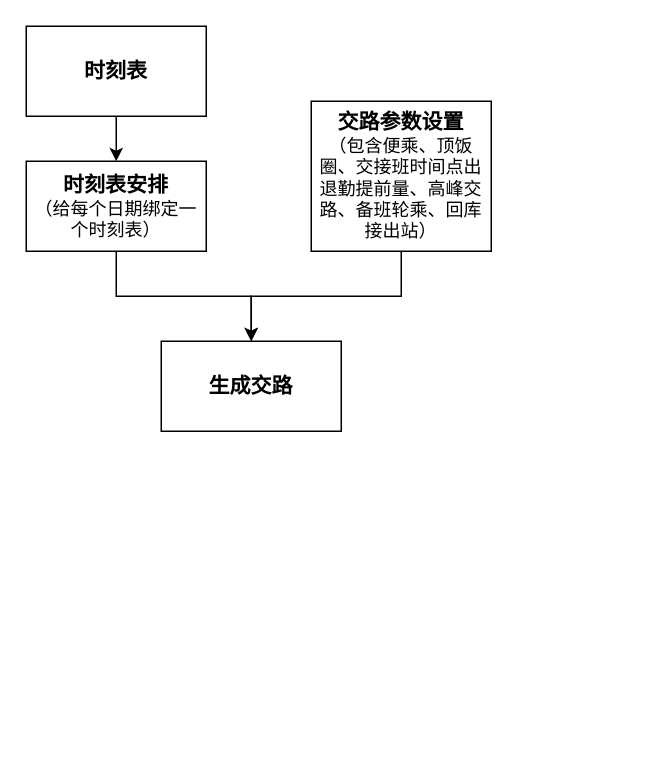
Above: 乘务系统.drawio in aspojo/diagrams (draw.io), before the change. Source tidied: cells renumbered, new cells numbered last; positions are measured from the earlier drawing's top-left corner, leaving out a move shared by most shapes. Both pictures are drawn from the tidied source at 150%, with x=0, y=0 at pixel (26, 26).
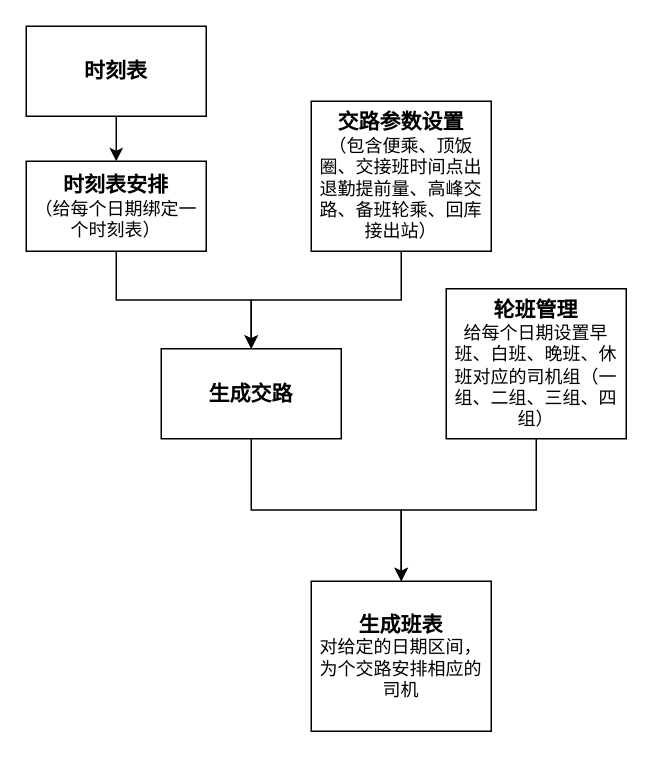
The same diagram, later.

Commit message (it also covers changes not shown here):
更新乘务系统.drawio

Diff of the diagram source:
```diff
@@
 <mxGraphModel>
   <root>
     <mxCell id="0" />
     <mxCell id="1" parent="0" />
     <mxCell id="2" style="edgeStyle=orthogonalEdgeStyle;rounded=0;jettySize=auto;html=1;" parent="1" edge="1" source="3" target="5">
       <mxGeometry relative="1" as="geometry" />
     </mxCell>
     <mxCell id="3" value="时刻表" style="rounded=0;whiteSpace=wrap;html=1;fontSize=14;fontStyle=1;" parent="1" vertex="1">
       <mxGeometry width="120" height="60" as="geometry" />
     </mxCell>
     <mxCell id="4" style="edgeStyle=orthogonalEdgeStyle;rounded=0;jettySize=auto;html=1;" parent="1" edge="1" source="5" target="8">
       <mxGeometry relative="1" as="geometry" />
     </mxCell>
     <mxCell id="5" value="&lt;b&gt;&lt;font style=&quot;font-size: 14px;&quot;&gt;时刻表安排&lt;/font&gt;&lt;/b&gt;&lt;div&gt;（给每个日期绑定一个时刻表）&lt;/div&gt;" style="rounded=0;whiteSpace=wrap;html=1;" parent="1" vertex="1">
       <mxGeometry y="90" width="120" height="60" as="geometry" />
     </mxCell>
     <mxCell id="6" style="edgeStyle=orthogonalEdgeStyle;rounded=0;jettySize=auto;html=1;exitX=0.5;exitY=1;exitDx=0;exitDy=0;" parent="1" edge="1" source="7" target="8">
       <mxGeometry relative="1" as="geometry" />
     </mxCell>
     <mxCell id="7" value="&lt;b&gt;&lt;font style=&quot;font-size: 14px;&quot;&gt;交路参数设置&lt;/font&gt;&lt;/b&gt;&lt;div&gt;（包含便乘、顶饭圈、交接班时间点出退勤提前量、高峰交路、备班轮乘、回库接出站）&lt;/div&gt;" style="rounded=0;whiteSpace=wrap;html=1;" parent="1" vertex="1">
       <mxGeometry x="190" y="50" width="120" height="100" as="geometry" />
     </mxCell>
+    <mxCell id="9" style="edgeStyle=orthogonalEdgeStyle;rounded=0;jettySize=auto;html=1;" parent="1" edge="1" source="8" target="12">
+      <mxGeometry relative="1" as="geometry" />
+    </mxCell>
     <mxCell id="8" value="生成交路" style="rounded=0;whiteSpace=wrap;html=1;fontStyle=1;fontSize=14;" parent="1" vertex="1">
-      <mxGeometry x="90" y="210" width="120" height="60" as="geometry" />
+      <mxGeometry x="90" y="215" width="120" height="60" as="geometry" />
     </mxCell>
+    <mxCell id="10" style="edgeStyle=orthogonalEdgeStyle;rounded=0;jettySize=auto;html=1;" parent="1" edge="1" source="11" target="12">
+      <mxGeometry relative="1" as="geometry" />
+    </mxCell>
+    <mxCell id="11" value="&lt;b&gt;&lt;font style=&quot;font-size: 14px;&quot;&gt;轮班管理&lt;/font&gt;&lt;/b&gt;&lt;div&gt;给每个日期设置早班、白班、晚班、休班对应的司机组（一组、二组、三组、四组）&lt;/div&gt;" style="rounded=0;whiteSpace=wrap;html=1;" parent="1" vertex="1">
+      <mxGeometry x="280" y="175" width="120" height="100" as="geometry" />
+    </mxCell>
+    <mxCell id="12" value="&lt;b&gt;&lt;font style=&quot;font-size: 14px;&quot;&gt;生成班表&lt;/font&gt;&lt;/b&gt;&lt;div&gt;对给定的日期区间，为个交路安排相应的司机&lt;/div&gt;" style="rounded=0;whiteSpace=wrap;html=1;" parent="1" vertex="1">
+      <mxGeometry x="190" y="370" width="120" height="100" as="geometry" />
+    </mxCell>
   </root>
 </mxGraphModel>
```
